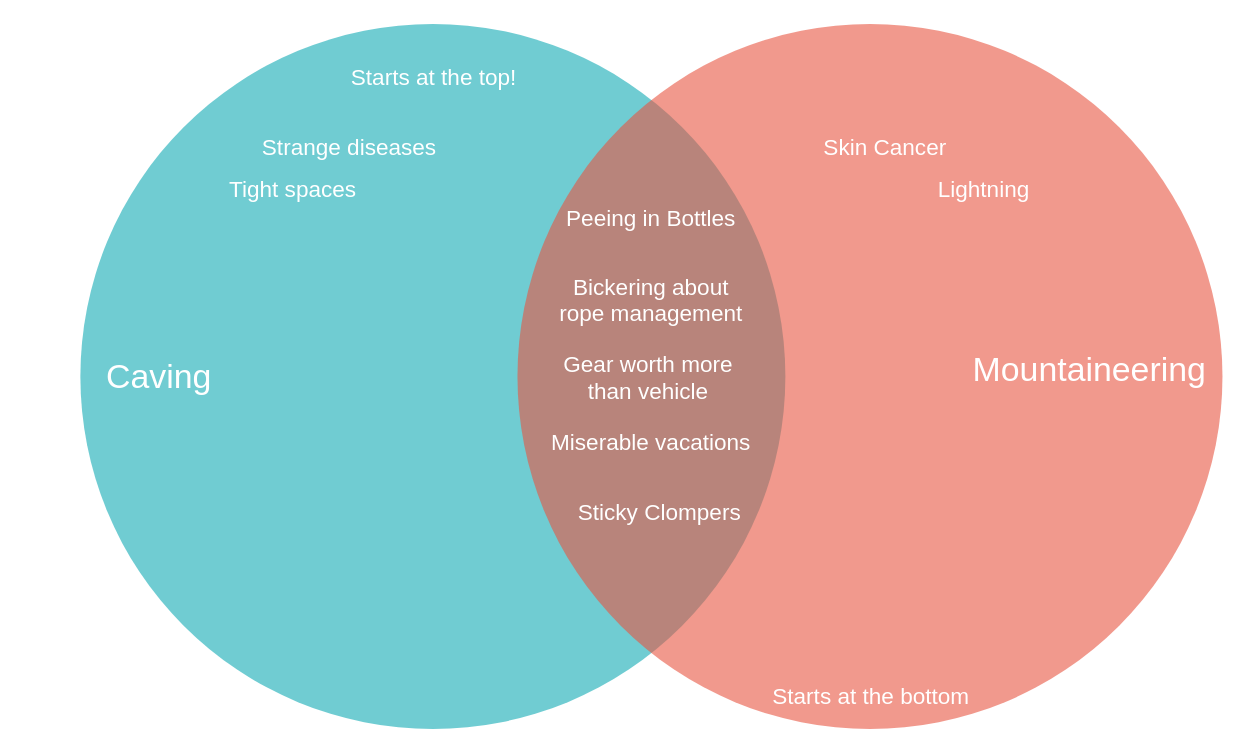
socalgrotto/diagrams keeps this draw.io diagram as MountaineerCavingVenn.drawio. Above is the earlier version. Source tidied: cells renumbered, new cells numbered last; positions are measured from the earlier drawing's top-left corner, leaving out a move shared by most shapes. Both pictures are drawn from the tidied source at 141%, with x=0, y=0 at pixel (24, 23).
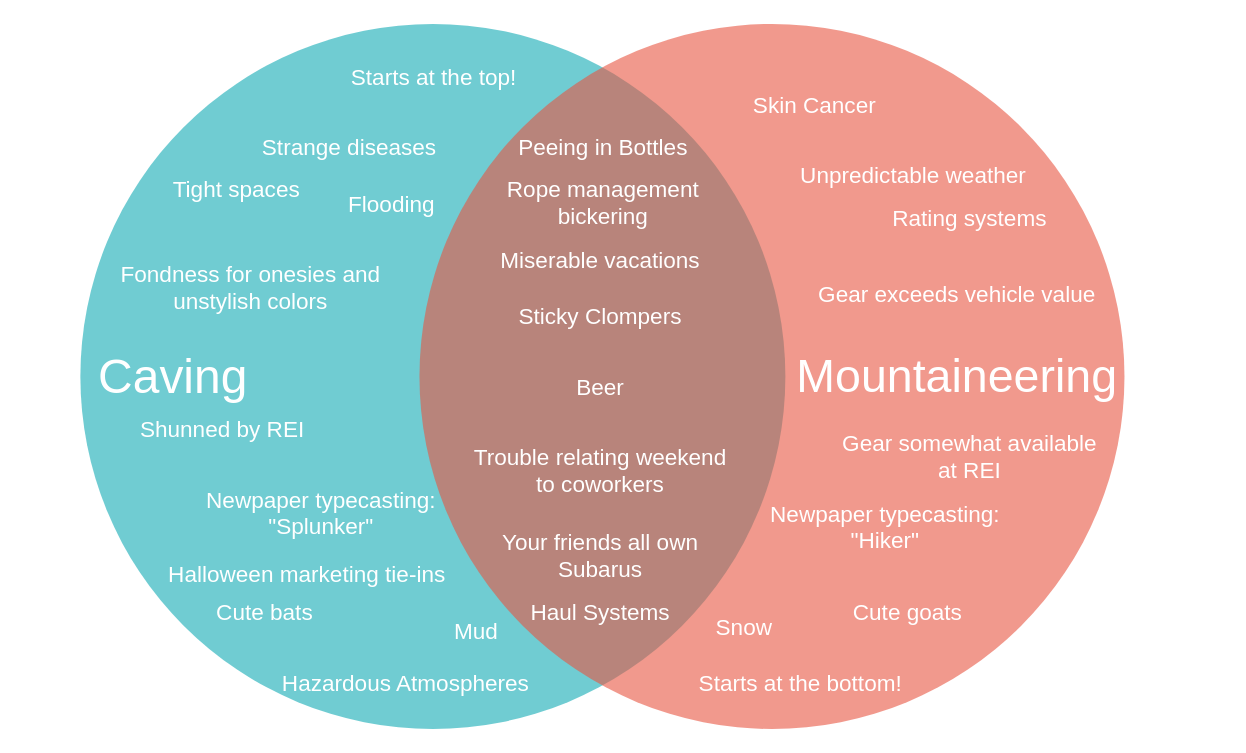
The same page after the edit.

The edit, as a diff of the source:
```diff
@@
     <mxCell id="3" style="ellipse;fillColor=#e85642;opacity=60;strokeColor=none;html=1;fontColor=#FFFFFF;" parent="1" vertex="1">
-      <mxGeometry x="349.5" y="0.5" width="500" height="500" as="geometry" />
+      <mxGeometry x="280" y="0.5" width="500" height="500" as="geometry" />
     </mxCell>
-    <mxCell id="4" value="Caving" style="text;fontSize=24;align=center;verticalAlign=middle;html=1;fontColor=#FFFFFF;" parent="1" vertex="1">
-      <mxGeometry y="215.5" width="190" height="70" as="geometry" />
+    <mxCell id="4" value="&lt;font style=&quot;font-size: 34px&quot;&gt;Caving&lt;/font&gt;" style="text;fontSize=24;align=center;verticalAlign=middle;html=1;fontColor=#FFFFFF;" parent="1" vertex="1">
+      <mxGeometry x="10" y="215.5" width="190" height="70" as="geometry" />
     </mxCell>
-    <mxCell id="5" value="Mountaineering" style="text;fontSize=24;align=center;verticalAlign=middle;html=1;fontColor=#FFFFFF;" parent="1" vertex="1">
-      <mxGeometry x="659.5" y="210.5" width="190" height="70" as="geometry" />
+    <mxCell id="5" value="&lt;font style=&quot;font-size: 33px&quot;&gt;Mountaineering&lt;/font&gt;" style="text;fontSize=24;align=center;verticalAlign=middle;html=1;fontColor=#FFFFFF;" parent="1" vertex="1">
+      <mxGeometry x="566" y="215" width="190" height="70" as="geometry" />
     </mxCell>
     <mxCell id="6" value="Peeing in Bottles" style="text;align=center;html=1;fontColor=#FFFFFF;fontSize=16;" parent="1" vertex="1">
-      <mxGeometry x="424" y="122" width="40" height="40" as="geometry" />
+      <mxGeometry x="390" y="72" width="40" height="40" as="geometry" />
     </mxCell>
@@
-    <mxCell id="8" value="Starts at the bottom" style="text;align=center;html=1;fontColor=#FFFFFF;fontSize=16;" parent="1" vertex="1">
-      <mxGeometry x="579.5" y="460.5" width="40" height="40" as="geometry" />
+    <mxCell id="8" value="Starts at the bottom!" style="text;align=center;html=1;fontColor=#FFFFFF;fontSize=16;" parent="1" vertex="1">
+      <mxGeometry x="530" y="452" width="40" height="40" as="geometry" />
     </mxCell>
     <mxCell id="9" value="Sticky Clompers" style="text;align=center;html=1;fontColor=#FFFFFF;fontSize=16;" parent="1" vertex="1">
-      <mxGeometry x="429.5" y="330.5" width="40" height="40" as="geometry" />
+      <mxGeometry x="387.5" y="192" width="40" height="40" as="geometry" />
     </mxCell>
-    <mxCell id="10" value="&lt;div&gt;Bickering about &lt;br&gt;&lt;/div&gt;&lt;div&gt;rope management&lt;/div&gt;" style="text;align=center;html=1;fontColor=#FFFFFF;fontSize=16;" parent="1" vertex="1">
-      <mxGeometry x="424" y="170.5" width="40" height="40" as="geometry" />
+    <mxCell id="10" value="&lt;div&gt;Rope management&lt;/div&gt;&lt;div&gt;bickering&lt;br&gt;&lt;/div&gt;" style="text;align=center;html=1;fontColor=#FFFFFF;fontSize=16;" parent="1" vertex="1">
+      <mxGeometry x="390" y="102" width="40" height="40" as="geometry" />
     </mxCell>
-    <mxCell id="11" value="&lt;div&gt;Gear worth more &lt;br&gt;&lt;/div&gt;&lt;div&gt;than vehicle&lt;/div&gt;" style="text;align=center;html=1;fontColor=#FFFFFF;fontSize=16;" parent="1" vertex="1">
-      <mxGeometry x="420" y="225.5" width="44" height="40" as="geometry" />
-    </mxCell>
     <mxCell id="12" value="Miserable vacations" style="text;align=center;html=1;fontColor=#FFFFFF;fontSize=16;" parent="1" vertex="1">
-      <mxGeometry x="422" y="280.5" width="44" height="40" as="geometry" />
+      <mxGeometry x="385.5" y="152" width="44" height="40" as="geometry" />
     </mxCell>
     <mxCell id="13" value="Skin Cancer" style="text;align=center;html=1;fontColor=#FFFFFF;fontSize=16;" parent="1" vertex="1">
-      <mxGeometry x="590" y="72" width="40" height="40" as="geometry" />
+      <mxGeometry x="539.5" y="42" width="40" height="40" as="geometry" />
     </mxCell>
@@
     <mxCell id="15" value="Tight spaces" style="text;align=center;html=1;fontColor=#FFFFFF;fontSize=16;" parent="1" vertex="1">
-      <mxGeometry x="170" y="102" width="40" height="40" as="geometry" />
+      <mxGeometry x="130" y="102" width="40" height="40" as="geometry" />
     </mxCell>
-    <mxCell id="16" value="Lightning" style="text;align=center;html=1;fontColor=#FFFFFF;fontSize=16;" parent="1" vertex="1">
-      <mxGeometry x="659.5" y="102" width="40" height="40" as="geometry" />
+    <mxCell id="16" value="Unpredictable weather" style="text;align=center;html=1;fontColor=#FFFFFF;fontSize=16;" parent="1" vertex="1">
+      <mxGeometry x="610" y="92" width="40" height="40" as="geometry" />
     </mxCell>
+    <mxCell id="17" value="Flooding" style="text;align=center;html=1;fontColor=#FFFFFF;fontSize=16;" parent="1" vertex="1">
+      <mxGeometry x="240" y="112" width="40" height="40" as="geometry" />
+    </mxCell>
+    <mxCell id="18" value="&lt;div&gt;Trouble relating weekend&lt;/div&gt;&lt;div&gt;to coworkers&lt;br&gt;&lt;/div&gt;" style="text;align=center;html=1;fontColor=#FFFFFF;fontSize=16;" parent="1" vertex="1">
+      <mxGeometry x="387.5" y="292" width="40" height="40" as="geometry" />
+    </mxCell>
+    <mxCell id="19" value="&lt;div&gt;Fondness for onesies and&lt;/div&gt;&lt;div&gt;unstylish colors&lt;br&gt;&lt;/div&gt;" style="text;align=center;html=1;fontColor=#FFFFFF;fontSize=16;" parent="1" vertex="1">
+      <mxGeometry x="140" y="162" width="40" height="40" as="geometry" />
+    </mxCell>
+    <mxCell id="20" value="&lt;div&gt;Gear somewhat available &lt;br&gt;&lt;/div&gt;&lt;div&gt;at REI&lt;/div&gt;" style="text;align=center;html=1;fontColor=#FFFFFF;fontSize=16;" parent="1" vertex="1">
+      <mxGeometry x="650" y="282" width="40" height="40" as="geometry" />
+    </mxCell>
+    <mxCell id="21" value="Shunned by REI" style="text;align=center;html=1;fontColor=#FFFFFF;fontSize=16;" parent="1" vertex="1">
+      <mxGeometry x="120" y="272" width="40" height="40" as="geometry" />
+    </mxCell>
+    <mxCell id="22" value="&lt;div&gt;Newpaper typecasting: &lt;br&gt;&lt;/div&gt;&lt;div&gt;&quot;Splunker&quot;&lt;/div&gt;" style="text;align=center;html=1;fontColor=#FFFFFF;fontSize=16;" parent="1" vertex="1">
+      <mxGeometry x="190" y="322" width="40" height="40" as="geometry" />
+    </mxCell>
+    <mxCell id="23" value="&lt;div&gt;Newpaper typecasting: &lt;br&gt;&lt;/div&gt;&lt;div&gt;&quot;Hiker&quot;&lt;/div&gt;" style="text;align=center;html=1;fontColor=#FFFFFF;fontSize=16;" parent="1" vertex="1">
+      <mxGeometry x="590" y="332" width="40" height="40" as="geometry" />
+    </mxCell>
+    <mxCell id="24" value="Mud" style="text;align=center;html=1;fontColor=#FFFFFF;fontSize=16;" parent="1" vertex="1">
+      <mxGeometry x="300" y="415" width="40" height="40" as="geometry" />
+    </mxCell>
+    <mxCell id="25" value="Snow" style="text;align=center;html=1;fontColor=#FFFFFF;fontSize=16;" parent="1" vertex="1">
+      <mxGeometry x="490" y="412" width="40" height="40" as="geometry" />
+    </mxCell>
+    <mxCell id="26" value="Rating systems" style="text;align=center;html=1;fontColor=#FFFFFF;fontSize=16;" parent="1" vertex="1">
+      <mxGeometry x="650" y="122" width="40" height="40" as="geometry" />
+    </mxCell>
+    <mxCell id="27" value="&lt;div&gt;Your friends all own&lt;/div&gt;&lt;div&gt;Subarus&lt;/div&gt;" style="text;align=center;html=1;fontColor=#FFFFFF;fontSize=16;" parent="1" vertex="1">
+      <mxGeometry x="387.5" y="352" width="40" height="40" as="geometry" />
+    </mxCell>
+    <mxCell id="28" value="Hazardous Atmospheres" style="text;align=center;html=1;fontColor=#FFFFFF;fontSize=16;" parent="1" vertex="1">
+      <mxGeometry x="250" y="452" width="40" height="40" as="geometry" />
+    </mxCell>
+    <mxCell id="29" value="Haul Systems" style="text;align=center;html=1;fontColor=#FFFFFF;fontSize=16;" parent="1" vertex="1">
+      <mxGeometry x="387.5" y="402" width="40" height="40" as="geometry" />
+    </mxCell>
+    <mxCell id="30" value="&lt;div&gt;Gear exceeds vehicle value&lt;br&gt;&lt;/div&gt;" style="text;align=center;html=1;fontColor=#FFFFFF;fontSize=16;" parent="1" vertex="1">
+      <mxGeometry x="639" y="175.5" width="44" height="40" as="geometry" />
+    </mxCell>
+    <mxCell id="31" value="Halloween marketing tie-ins" style="text;align=center;html=1;fontColor=#FFFFFF;fontSize=16;" parent="1" vertex="1">
+      <mxGeometry x="180" y="375" width="40" height="40" as="geometry" />
+    </mxCell>
+    <mxCell id="32" value="Cute goats" style="text;align=center;html=1;fontColor=#FFFFFF;fontSize=16;" parent="1" vertex="1">
+      <mxGeometry x="606" y="402" width="40" height="40" as="geometry" />
+    </mxCell>
+    <mxCell id="33" value="Cute bats" style="text;align=center;html=1;fontColor=#FFFFFF;fontSize=16;" parent="1" vertex="1">
+      <mxGeometry x="150" y="402" width="40" height="40" as="geometry" />
+    </mxCell>
+    <mxCell id="34" value="Beer" style="text;align=center;html=1;fontColor=#FFFFFF;fontSize=16;" parent="1" vertex="1">
+      <mxGeometry x="387.5" y="242" width="40" height="40" as="geometry" />
+    </mxCell>
```
